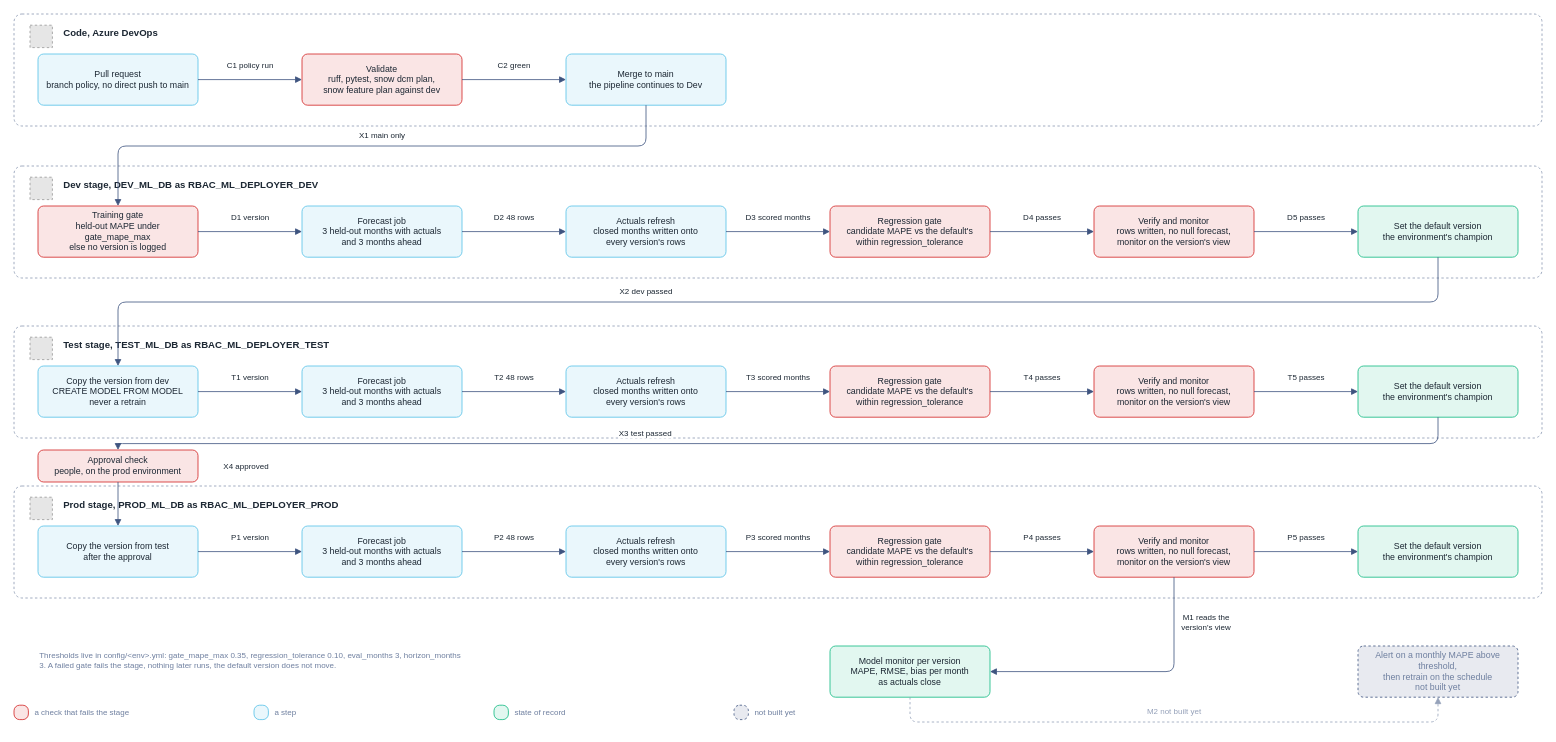
The draw.io diagram img/quality-gates.drawio in SonOfLope/snowflake-mlops, before the edit. Source tidied: cells renumbered, new cells numbered last; positions are measured from the earlier drawing's top-left corner, leaving out a move shared by most shapes. Both pictures are drawn from the tidied source at 80%, with x=0, y=0 at pixel (14, 14). Pictures stored in the file or linked from it are replaced by grey dashed boxes.
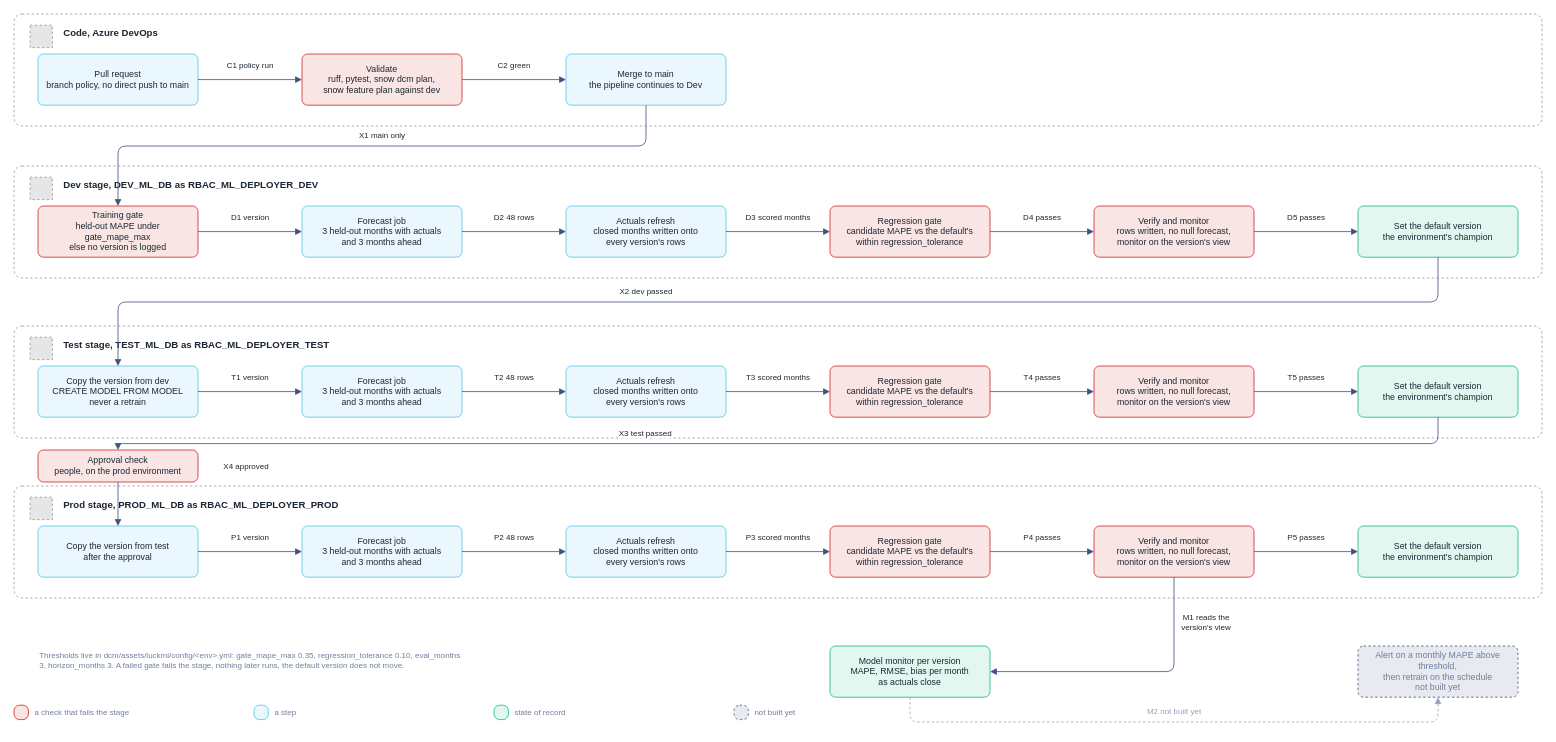
After the change.

Commit message (it also covers changes not shown here):
Diagrams follow the code bundle and the default version in every environment

What changed in the source:
```diff
@@
-    <mxCell id="57" value="Thresholds live in config/&amp;lt;env&amp;gt;.yml: gate_mape_max 0.35, regression_tolerance 0.10, eval_months 3, horizon_months 3. A failed gate fails the stage, nothing later runs, the default version does not move." style="text;html=1;align=left;verticalAlign=top;whiteSpace=wrap;fontSize=10;fontFamily=Arial;fontColor=#6e7f9f;" parent="1" vertex="1">
+    <mxCell id="57" value="Thresholds live in dcm/assets/luckml/config/&amp;lt;env&amp;gt;.yml: gate_mape_max 0.35, regression_tolerance 0.10, eval_months 3, horizon_months 3. A failed gate fails the stage, nothing later runs, the default version does not move." style="text;html=1;align=left;verticalAlign=top;whiteSpace=wrap;fontSize=10;fontFamily=Arial;fontColor=#6e7f9f;" parent="1" vertex="1">
       <mxGeometry x="30" y="790" width="530" height="64" as="geometry" />
     </mxCell>
```
